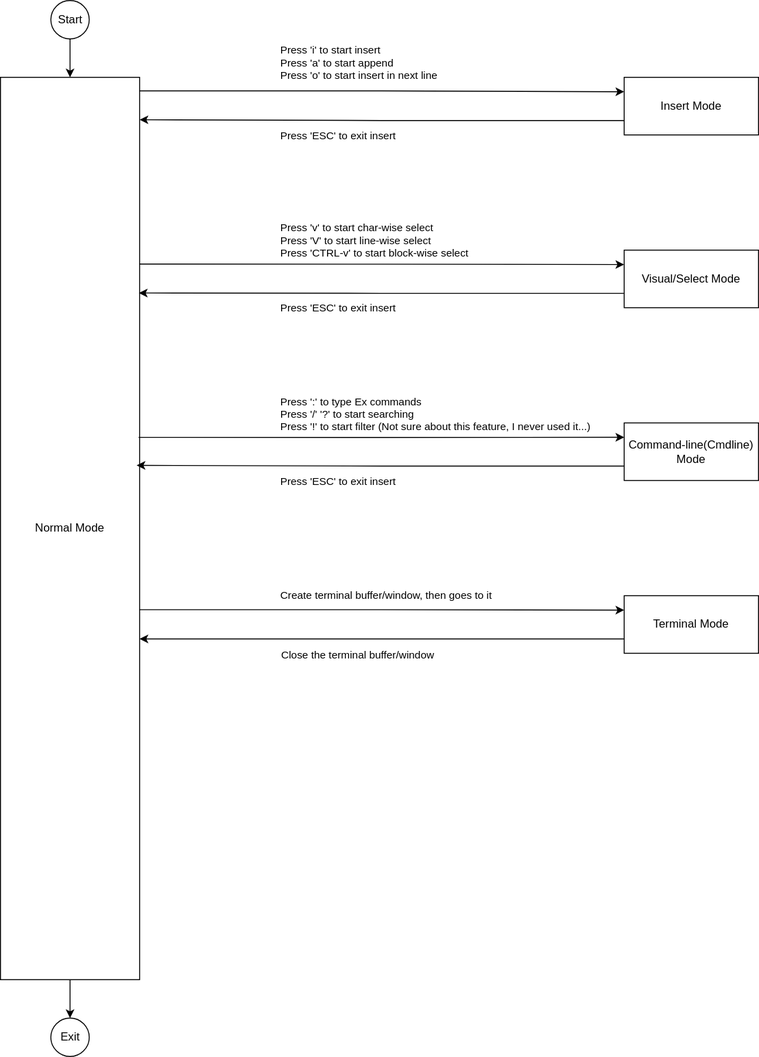
This is images/5-EditingMode.1.drawio.svg from rsvim/rfc, a draw.io export, as it was before one commit. Source tidied: cells renumbered, new cells last; positions are measured from the earlier drawing's top-left corner, leaving out a move shared by most shapes.
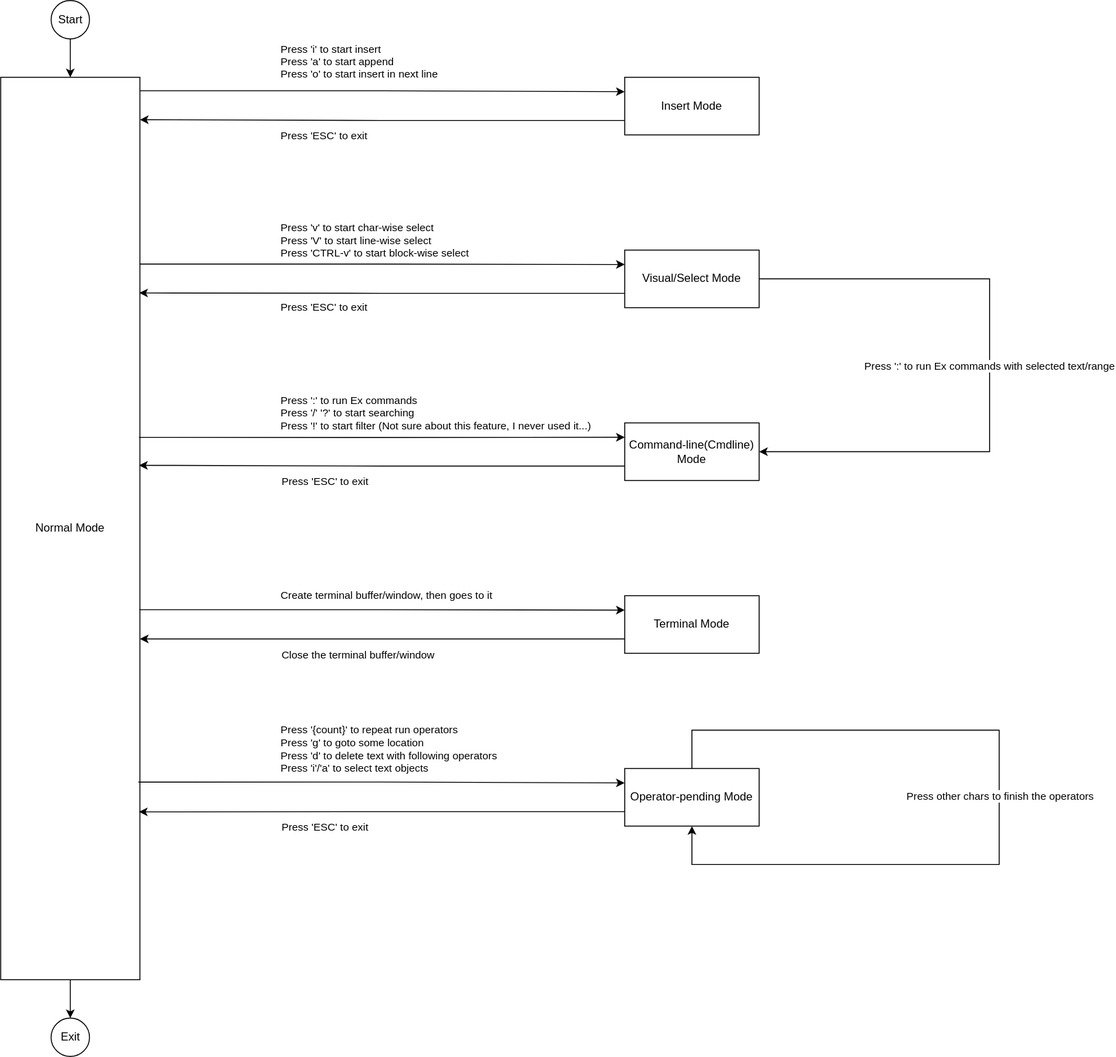
The same file after the commit.

Change to the diagram source:
```diff
@@ -33,7 +33,7 @@
     <mxCell id="10" style="edgeStyle=orthogonalEdgeStyle;rounded=0;jettySize=auto;html=1;exitX=0;exitY=0.75;exitDx=0;exitDy=0;entryX=1;entryY=0.047;entryDx=0;entryDy=0;entryPerimeter=0;" parent="1" edge="1" source="12" target="7">
       <mxGeometry relative="1" as="geometry" />
     </mxCell>
-    <mxCell id="11" value="Press 'ESC' to exit insert" style="edgeLabel;html=1;align=left;verticalAlign=middle;" parent="10" vertex="1">
+    <mxCell id="11" value="Press 'ESC' to exit" style="edgeLabel;html=1;align=left;verticalAlign=middle;" parent="10" vertex="1">
       <mxGeometry x="0.11" y="-1" relative="1" as="geometry">
         <mxPoint x="-81" y="17" as="offset" />
       </mxGeometry>
@@ -41,13 +41,26 @@
     <mxCell id="12" value="Insert Mode" style="rounded=0;whiteSpace=wrap;html=1;" parent="1" vertex="1">
       <mxGeometry x="650" y="80" width="140" height="60" as="geometry" />
     </mxCell>
+    <mxCell id="27" style="edgeStyle=orthogonalEdgeStyle;rounded=0;jettySize=auto;html=1;entryX=1;entryY=0.5;entryDx=0;entryDy=0;" parent="1" edge="1" source="13" target="16">
+      <mxGeometry relative="1" as="geometry">
+        <Array as="points">
+          <mxPoint x="1030" y="290" />
+          <mxPoint x="1030" y="470" />
+        </Array>
+      </mxGeometry>
+    </mxCell>
+    <mxCell id="28" value="Press ':' to run Ex commands with selected text/range" style="edgeLabel;html=1;align=center;verticalAlign=middle;" parent="27" vertex="1">
+      <mxGeometry x="-0.03" relative="1" as="geometry">
+        <mxPoint y="9" as="offset" />
+      </mxGeometry>
+    </mxCell>
     <mxCell id="13" value="Visual/Select Mode" style="rounded=0;whiteSpace=wrap;html=1;" parent="1" vertex="1">
       <mxGeometry x="650" y="260" width="140" height="60" as="geometry" />
     </mxCell>
     <mxCell id="14" style="edgeStyle=orthogonalEdgeStyle;rounded=0;jettySize=auto;html=1;exitX=0;exitY=0.75;exitDx=0;exitDy=0;entryX=0.995;entryY=0.239;entryDx=0;entryDy=0;entryPerimeter=0;" parent="1" edge="1" source="13" target="7">
       <mxGeometry relative="1" as="geometry" />
     </mxCell>
-    <mxCell id="15" value="Press 'ESC' to exit insert" style="edgeLabel;html=1;align=left;verticalAlign=middle;" parent="14" vertex="1">
+    <mxCell id="15" value="Press 'ESC' to exit" style="edgeLabel;html=1;align=left;verticalAlign=middle;" parent="14" vertex="1">
       <mxGeometry x="0.11" y="-1" relative="1" as="geometry">
         <mxPoint x="-80" y="16" as="offset" />
       </mxGeometry>
@@ -61,15 +74,15 @@
     <mxCell id="18" style="edgeStyle=orthogonalEdgeStyle;rounded=0;jettySize=auto;html=1;exitX=0.993;exitY=0.399;exitDx=0;exitDy=0;exitPerimeter=0;entryX=0;entryY=0.25;entryDx=0;entryDy=0;" parent="1" edge="1" source="7" target="16">
       <mxGeometry relative="1" as="geometry" />
     </mxCell>
-    <mxCell id="19" value="Press ':' to type Ex commands&lt;div&gt;Press '/' '?' to start searching&lt;br&gt;Press '!' to start filter (Not sure about this feature, I never used it...)&lt;/div&gt;" style="edgeLabel;html=1;align=left;verticalAlign=middle;" parent="18" vertex="1">
+    <mxCell id="19" value="Press ':' to run Ex commands&lt;div&gt;Press '/' '?' to start searching&lt;br&gt;Press '!' to start filter (Not sure about this feature, I never used it...)&lt;/div&gt;" style="edgeLabel;html=1;align=left;verticalAlign=middle;" parent="18" vertex="1">
       <mxGeometry x="-0.39" y="-1" relative="1" as="geometry">
         <mxPoint x="-9" y="-26" as="offset" />
       </mxGeometry>
     </mxCell>
-    <mxCell id="20" style="edgeStyle=orthogonalEdgeStyle;rounded=0;jettySize=auto;html=1;exitX=0;exitY=0.75;exitDx=0;exitDy=0;entryX=0.979;entryY=0.43;entryDx=0;entryDy=0;entryPerimeter=0;" parent="1" edge="1" source="16" target="7">
+    <mxCell id="20" style="edgeStyle=orthogonalEdgeStyle;rounded=0;jettySize=auto;html=1;exitX=0;exitY=0.75;exitDx=0;exitDy=0;entryX=0.994;entryY=0.43;entryDx=0;entryDy=0;entryPerimeter=0;" parent="1" edge="1" source="16" target="7">
       <mxGeometry relative="1" as="geometry" />
     </mxCell>
-    <mxCell id="21" value="Press 'ESC' to exit insert" style="edgeLabel;html=1;align=left;verticalAlign=middle;" parent="20" vertex="1">
+    <mxCell id="21" value="Press 'ESC' to exit" style="edgeLabel;html=1;align=left;verticalAlign=middle;" parent="20" vertex="1">
       <mxGeometry x="0.11" y="-1" relative="1" as="geometry">
         <mxPoint x="-79" y="17" as="offset" />
       </mxGeometry>
@@ -95,5 +108,37 @@
         <mxPoint x="-79" y="17" as="offset" />
       </mxGeometry>
     </mxCell>
+    <mxCell id="29" value="Operator-pending Mode" style="rounded=0;whiteSpace=wrap;html=1;" parent="1" vertex="1">
+      <mxGeometry x="650" y="800" width="140" height="60" as="geometry" />
+    </mxCell>
+    <mxCell id="30" style="edgeStyle=orthogonalEdgeStyle;rounded=0;jettySize=auto;html=1;entryX=0;entryY=0.25;entryDx=0;entryDy=0;exitX=0.989;exitY=0.781;exitDx=0;exitDy=0;exitPerimeter=0;" parent="1" edge="1" source="7" target="29">
+      <mxGeometry relative="1" as="geometry" />
+    </mxCell>
+    <mxCell id="31" value="Press '{count}' to repeat run operators&lt;div&gt;Press 'g' to goto some location&lt;br&gt;&lt;div&gt;Press 'd' to delete text with following operators&lt;/div&gt;&lt;div&gt;Press 'i'/'a' to select text objects&lt;/div&gt;&lt;/div&gt;" style="edgeLabel;html=1;align=left;verticalAlign=middle;" parent="30" vertex="1">
+      <mxGeometry x="-0.39" y="-1" relative="1" as="geometry">
+        <mxPoint x="-9" y="-35" as="offset" />
+      </mxGeometry>
+    </mxCell>
+    <mxCell id="32" style="edgeStyle=orthogonalEdgeStyle;rounded=0;jettySize=auto;html=1;exitX=0;exitY=0.75;exitDx=0;exitDy=0;entryX=0.993;entryY=0.814;entryDx=0;entryDy=0;entryPerimeter=0;" parent="1" edge="1" source="29" target="7">
+      <mxGeometry relative="1" as="geometry" />
+    </mxCell>
+    <mxCell id="33" value="Press 'ESC' to exit" style="edgeLabel;html=1;align=left;verticalAlign=middle;" parent="32" vertex="1">
+      <mxGeometry x="0.11" y="-1" relative="1" as="geometry">
+        <mxPoint x="-79" y="17" as="offset" />
+      </mxGeometry>
+    </mxCell>
+    <mxCell id="34" style="edgeStyle=orthogonalEdgeStyle;rounded=0;orthogonalLoop=1;jettySize=auto;html=1;entryX=0.5;entryY=1;entryDx=0;entryDy=0;" parent="1" edge="1" source="29" target="29">
+      <mxGeometry relative="1" as="geometry">
+        <Array as="points">
+          <mxPoint x="720" y="760" />
+          <mxPoint x="1040" y="760" />
+          <mxPoint x="1040" y="900" />
+          <mxPoint x="720" y="900" />
+        </Array>
+      </mxGeometry>
+    </mxCell>
+    <mxCell id="35" value="Press other chars to finish the operators" style="edgeLabel;html=1;align=center;verticalAlign=middle;" parent="34" vertex="1">
+      <mxGeometry y="1" relative="1" as="geometry" />
+    </mxCell>
   </root>
 </mxGraphModel>
```
